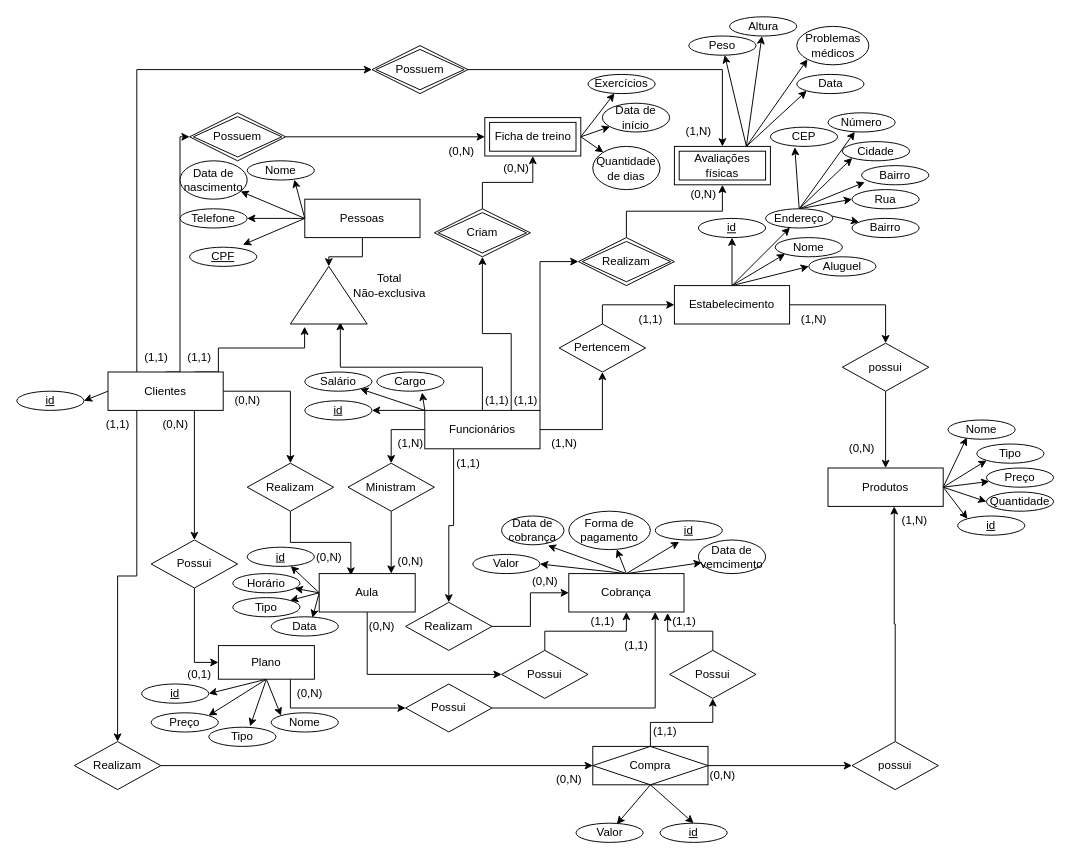
Above: Conceitual/ModeloConceitual.drawio in FelipeABG/DBacademia-PUCPR (draw.io), before the change. Source tidied: cells renumbered, new cells numbered last; positions are measured from the earlier drawing's top-left corner, leaving out a move shared by most shapes. Both pictures are drawn from the tidied source at 96%, with x=0, y=0 at pixel (16, 16).
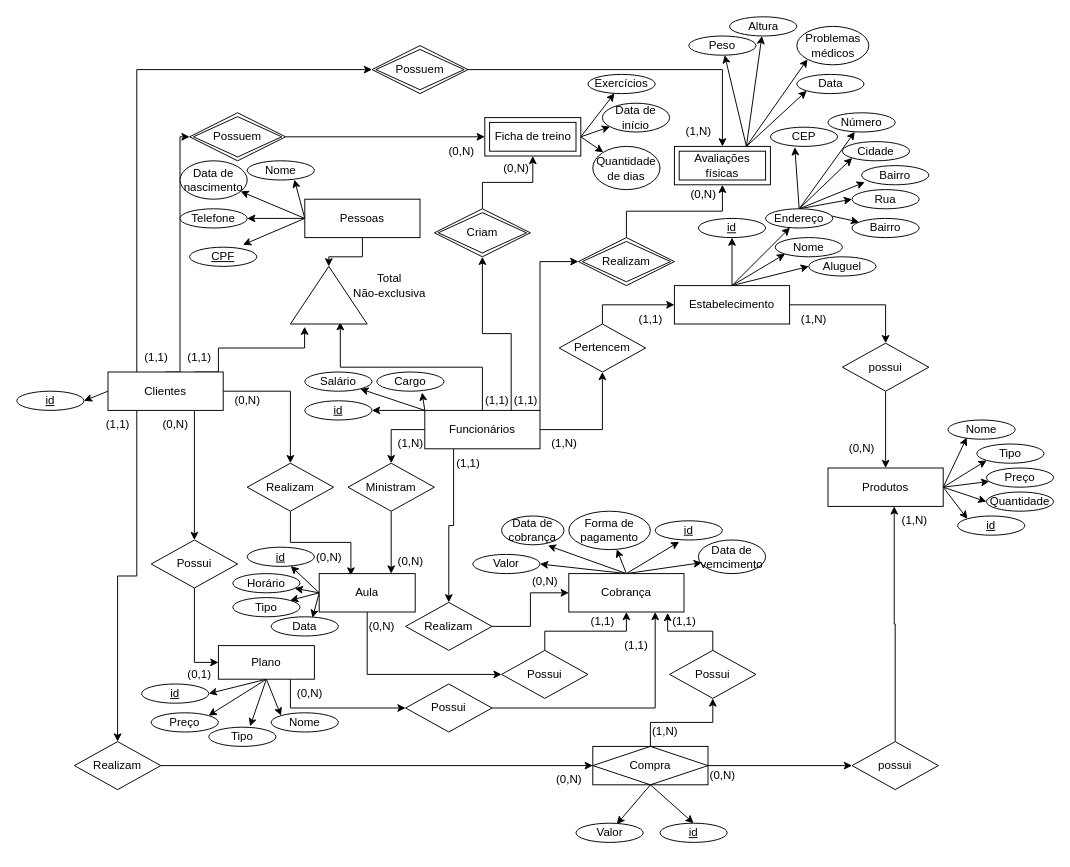
The same diagram, later.

Commit message (it also covers changes not shown here):
ajuste modelo conceitual

Diff of the diagram source:
```diff
@@
-    <mxCell id="166" value="(1,1)" style="text;html=1;align=center;verticalAlign=middle;strokeColor=none;fillColor=none;" parent="1" vertex="1">
+    <mxCell id="166" value="(1,N)&lt;br&gt;" style="text;html=1;align=center;verticalAlign=middle;strokeColor=none;fillColor=none;" parent="1" vertex="1">
       <mxGeometry x="650" y="730" width="50" height="30" as="geometry" />
     </mxCell>
```
